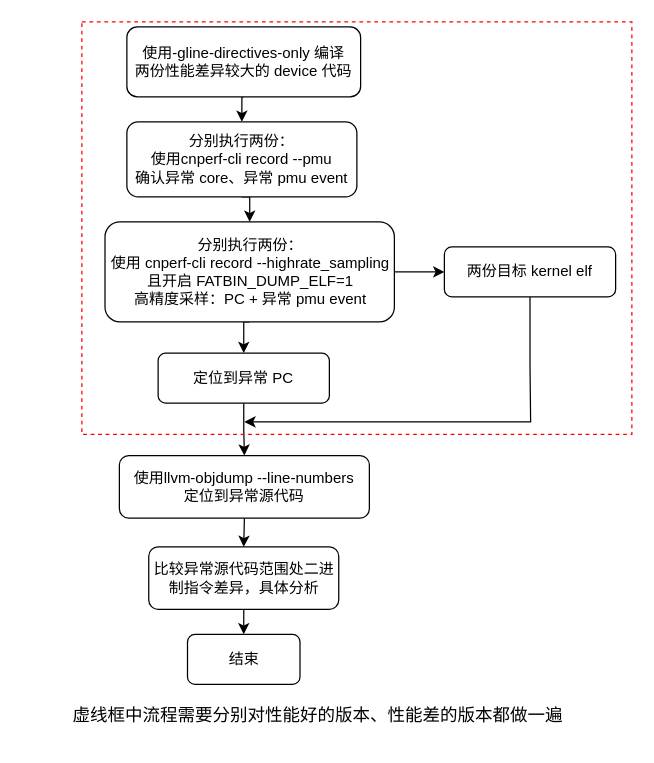
This is 性能异常分析.drawio from liyp1120/draw.io, a draw.io file, before an edit. Source tidied: cells renumbered, new cells numbered last; positions are measured from the earlier drawing's top-left corner, leaving out a move shared by most shapes. Both pictures are drawn from the tidied source at 125%, with x=0, y=0 at pixel (29, 21).
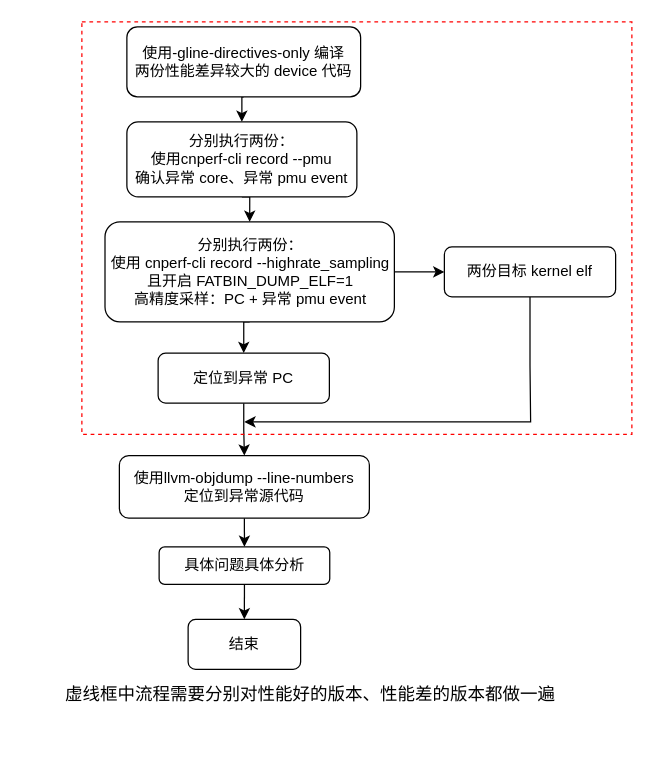
The same page after the edit.

Commit message (it also covers changes not shown here):
更新性能异常分析.drawio

Change to the diagram source:
```diff
@@
     <mxCell id="4" value="结束" style="rounded=1;whiteSpace=wrap;html=1;fontSize=12;glass=0;strokeWidth=1;shadow=0;" parent="1" vertex="1">
-      <mxGeometry x="126.5" y="490" width="90" height="40" as="geometry" />
+      <mxGeometry x="127" y="478" width="90" height="40" as="geometry" />
     </mxCell>
@@
-    <mxCell id="8" value="比较异常源代码范围处二进制指令差异，具体分析" style="rounded=1;whiteSpace=wrap;html=1;fontSize=12;glass=0;strokeWidth=1;shadow=0;" parent="1" vertex="1">
-      <mxGeometry x="95.5" y="420" width="152" height="50" as="geometry" />
+    <mxCell id="8" value="具体问题具体分析" style="rounded=1;whiteSpace=wrap;html=1;fontSize=12;glass=0;strokeWidth=1;shadow=0;" parent="1" vertex="1">
+      <mxGeometry x="103.8" y="420" width="136.5" height="30" as="geometry" />
     </mxCell>
@@
     <mxCell id="19" value="&lt;font color=&quot;#000000&quot;&gt;虚线框中流程需要分别对性能好的版本、性能差的版本都做一遍&lt;/font&gt;" style="text;strokeColor=none;align=center;fillColor=none;html=1;verticalAlign=middle;whiteSpace=wrap;rounded=0;fontSize=14;fontColor=#FF0000;" parent="1" vertex="1">
-      <mxGeometry y="535" width="462" height="40" as="geometry" />
+      <mxGeometry x="-6" y="518" width="462" height="40" as="geometry" />
     </mxCell>
```
